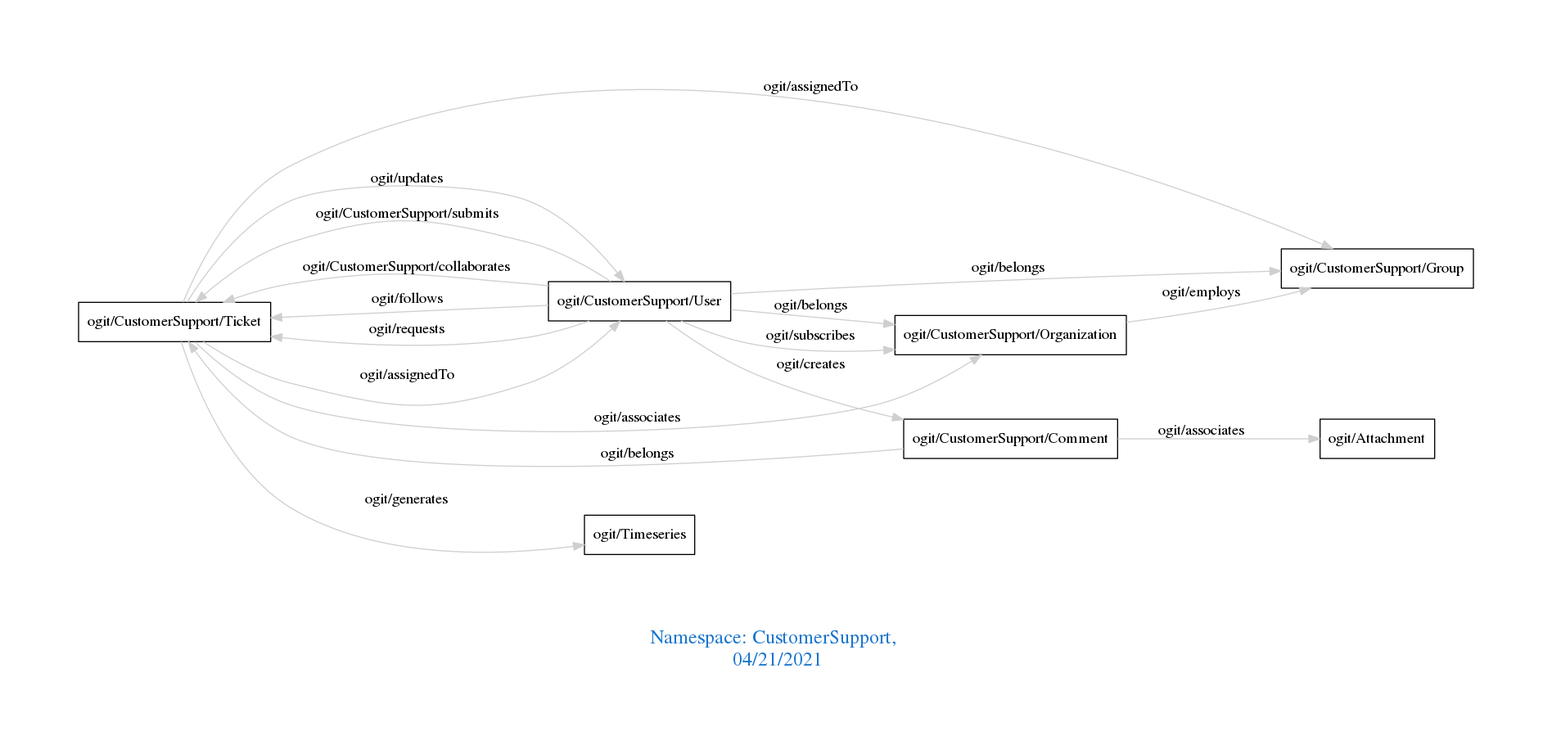
Above: downloads/CustomerSupport.png in arago/OGIT (Graphviz), before the change. Its source is kept beside it as downloads/CustomerSupport.dot.
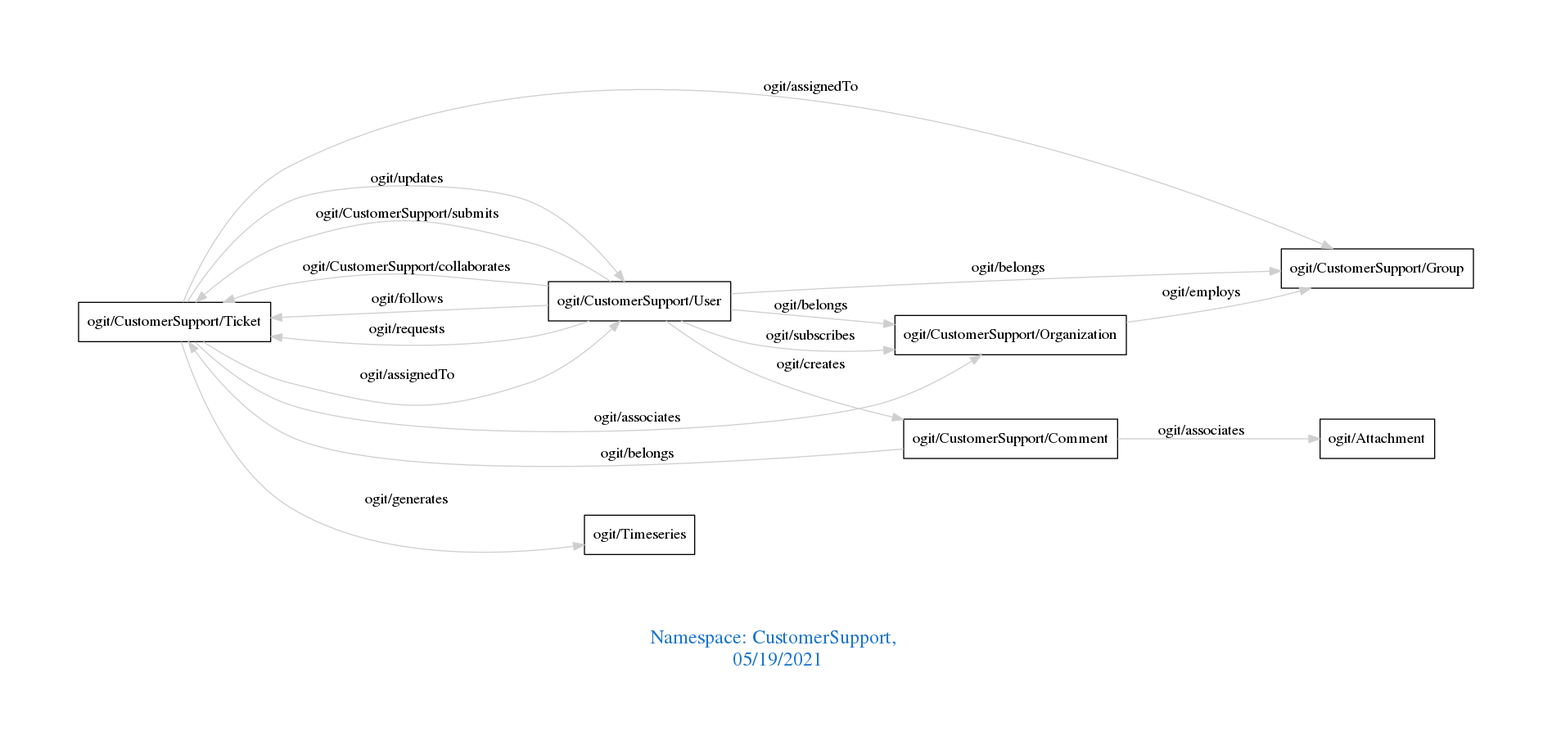
Later version of the same file.

Diff of the diagram source:
```diff
@@ -1,7 +1,7 @@
 digraph OGIT_ontology {
  graph [ rankdir= LR,pad=1
 fontsize = 18,
-fontcolor= dodgerblue3,label = "\n\n\nNamespace: CustomerSupport, \n 04/21/2021"];
+fontcolor= dodgerblue3,label = "\n\n\nNamespace: CustomerSupport, \n 05/19/2021"];
 node[shape=polygon];
 edge [  color="gray81"];
 
```
